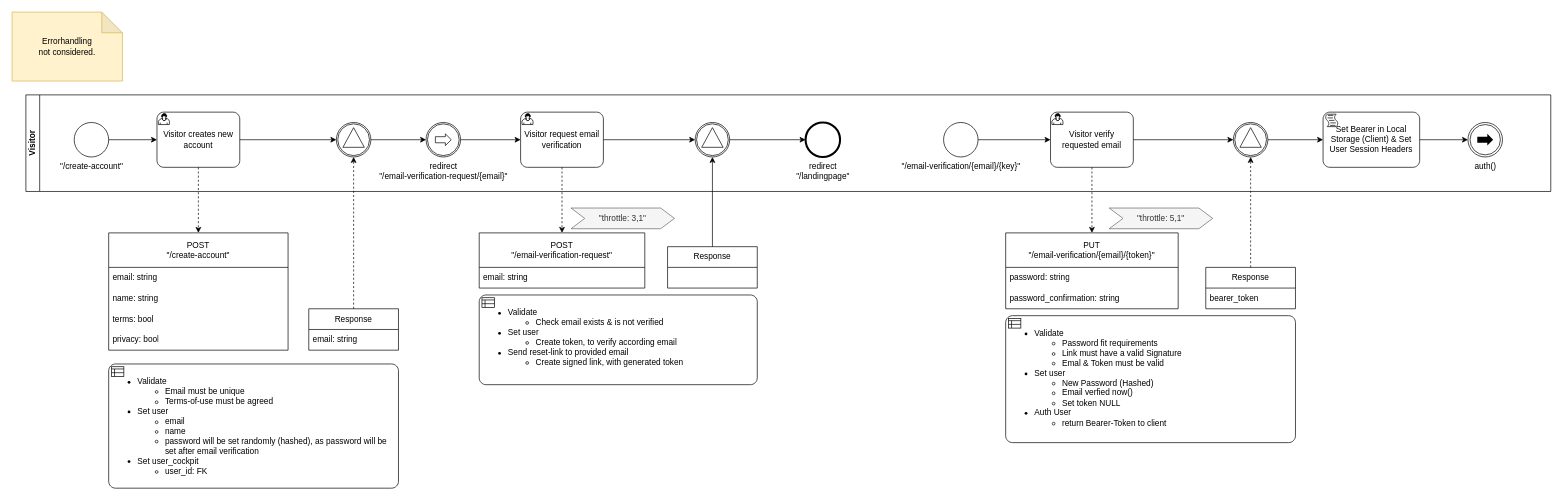
Before: page "2 - Create Account" (5 of 9) of docs/Feature Defintions/01 - User Account Management.drawio in CarlsonBuma/laravel-quasar-template, a draw.io diagram. Source tidied: cells renumbered, new cells numbered last; positions are measured from the earlier drawing's top-left corner, leaving out a move shared by most shapes. Both pictures are drawn from the tidied source at 69%, with x=0, y=0 at pixel (12, 12).
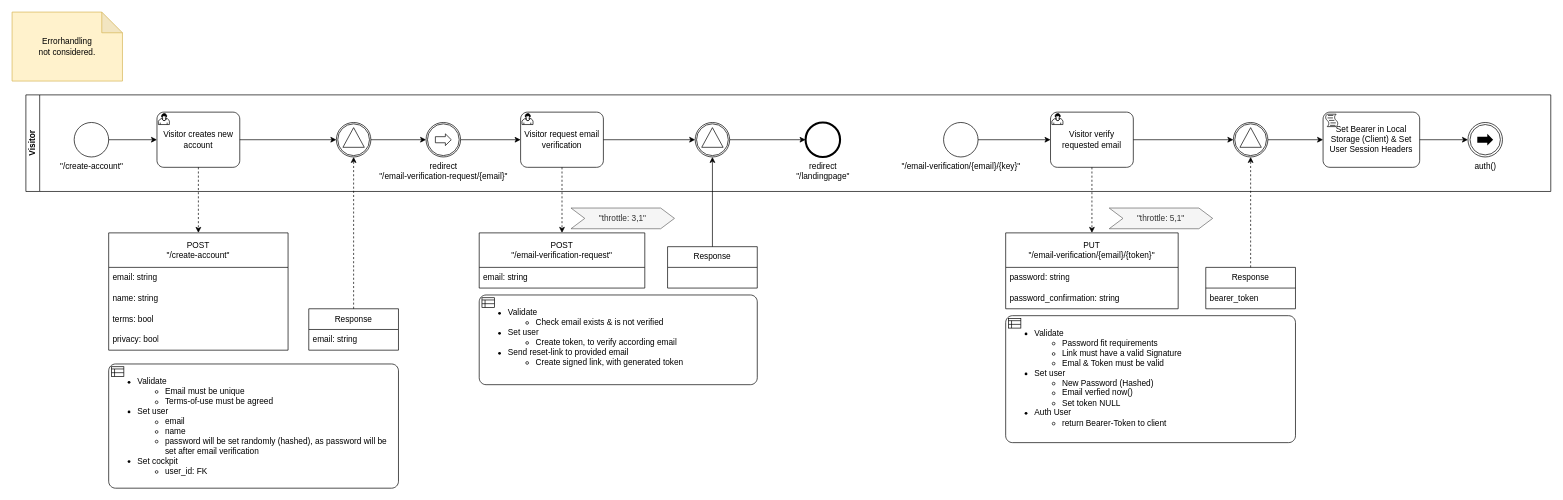
The same diagram, later.

The edit, as a diff of the source:
```diff
@@
-    <mxCell id="39" value="&lt;ul&gt;&lt;li&gt;Validate&lt;/li&gt;&lt;ul&gt;&lt;li&gt;Email must be unique&lt;/li&gt;&lt;li&gt;Terms-of-use must be agreed&lt;/li&gt;&lt;/ul&gt;&lt;li&gt;Set user&lt;/li&gt;&lt;ul&gt;&lt;li&gt;email&lt;/li&gt;&lt;li&gt;name&lt;/li&gt;&lt;li&gt;password will be set randomly (hashed), as password will be set after email verification&lt;/li&gt;&lt;/ul&gt;&lt;li&gt;Set user_cockpit&lt;/li&gt;&lt;ul&gt;&lt;li&gt;user_id: FK&lt;/li&gt;&lt;/ul&gt;&lt;/ul&gt;" style="shape=mxgraph.bpmn.task;whiteSpace=wrap;rectStyle=rounded;size=10;html=1;taskMarker=businessRule;verticalAlign=top;align=left;" parent="1" vertex="1">
+    <mxCell id="39" value="&lt;ul&gt;&lt;li&gt;Validate&lt;/li&gt;&lt;ul&gt;&lt;li&gt;Email must be unique&lt;/li&gt;&lt;li&gt;Terms-of-use must be agreed&lt;/li&gt;&lt;/ul&gt;&lt;li&gt;Set user&lt;/li&gt;&lt;ul&gt;&lt;li&gt;email&lt;/li&gt;&lt;li&gt;name&lt;/li&gt;&lt;li&gt;password will be set randomly (hashed), as password will be set after email verification&lt;/li&gt;&lt;/ul&gt;&lt;li&gt;Set cockpit&lt;/li&gt;&lt;ul&gt;&lt;li&gt;user_id: FK&lt;/li&gt;&lt;/ul&gt;&lt;/ul&gt;" style="shape=mxgraph.bpmn.task;whiteSpace=wrap;rectStyle=rounded;size=10;html=1;taskMarker=businessRule;verticalAlign=top;align=left;" parent="1" vertex="1">
       <mxGeometry x="140" y="510" width="420" height="180" as="geometry" />
     </mxCell>
```
